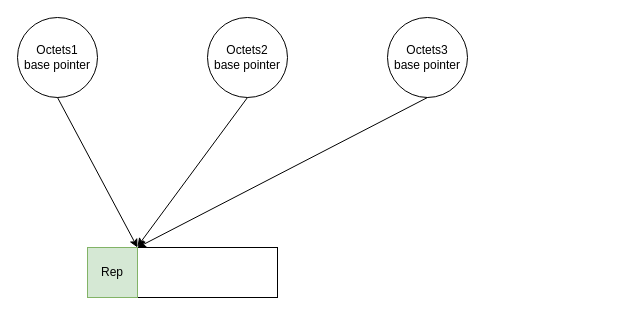
aflyingfishlg/GameServer keeps this draw.io diagram as octets.drawio. Above is the earlier version. Source tidied: cells renumbered, new cells numbered last; positions are measured from the earlier drawing's top-left corner, leaving out a move shared by most shapes. Both pictures are drawn from the tidied source at 100%, with x=0, y=0 at pixel (17, 17).
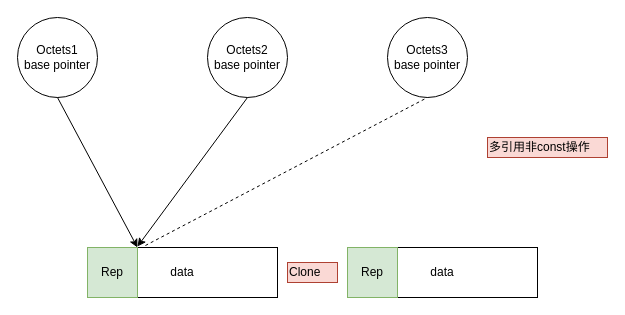
The same diagram, later.

The edit, as a diff of the source:
```diff
@@
 <mxGraphModel>
   <root>
     <mxCell id="0" />
     <mxCell id="1" parent="0" />
-    <mxCell id="2" style="rounded=0;whiteSpace=wrap;html=1;direction=south;" parent="1" vertex="1">
+    <mxCell id="2" value="data" style="rounded=0;whiteSpace=wrap;html=1;direction=south;" parent="1" vertex="1">
       <mxGeometry x="70" y="230" width="190" height="50" as="geometry" />
     </mxCell>
     <mxCell id="3" value="Rep" style="rounded=0;whiteSpace=wrap;html=1;fillColor=#d5e8d4;strokeColor=#82b366;" parent="1" vertex="1">
       <mxGeometry x="70" y="230" width="50" height="50" as="geometry" />
     </mxCell>
     <mxCell id="4" value="Octets1&lt;br&gt;base pointer&lt;br&gt;" style="ellipse;whiteSpace=wrap;html=1;" parent="1" vertex="1">
       <mxGeometry width="80" height="80" as="geometry" />
     </mxCell>
     <mxCell id="5" style="endArrow=classic;html=1;exitX=0.5;exitY=1;exitDx=0;exitDy=0;" parent="1" edge="1" source="4">
       <mxGeometry relative="1" as="geometry">
         <mxPoint x="120" y="230" as="targetPoint" />
       </mxGeometry>
     </mxCell>
     <mxCell id="6" value="Octets2&lt;br&gt;base pointer&lt;br&gt;" style="ellipse;whiteSpace=wrap;html=1;" parent="1" vertex="1">
       <mxGeometry x="190" width="80" height="80" as="geometry" />
     </mxCell>
     <mxCell id="7" value="&lt;span&gt;Octets3&lt;/span&gt;&lt;br&gt;&lt;span&gt;base pointer&lt;/span&gt;" style="ellipse;whiteSpace=wrap;html=1;" parent="1" vertex="1">
       <mxGeometry x="370" width="80" height="80" as="geometry" />
     </mxCell>
     <mxCell id="8" style="endArrow=classic;html=1;exitX=0.5;exitY=1;exitDx=0;exitDy=0;" parent="1" edge="1" source="6">
       <mxGeometry relative="1" as="geometry">
         <mxPoint x="120" y="229" as="targetPoint" />
       </mxGeometry>
     </mxCell>
-    <mxCell id="9" style="endArrow=classic;html=1;exitX=0.5;exitY=1;exitDx=0;exitDy=0;" parent="1" edge="1" source="7">
-      <mxGeometry relative="1" as="geometry">
-        <mxPoint x="120" y="230" as="targetPoint" />
-      </mxGeometry>
-    </mxCell>
+    <mxCell id="10" value="data" style="rounded=0;whiteSpace=wrap;html=1;direction=south;" parent="1" vertex="1">
+      <mxGeometry x="330" y="230" width="190" height="50" as="geometry" />
+    </mxCell>
+    <mxCell id="11" value="Rep" style="rounded=0;whiteSpace=wrap;html=1;fillColor=#d5e8d4;strokeColor=#82b366;" parent="1" vertex="1">
+      <mxGeometry x="330" y="230" width="50" height="50" as="geometry" />
+    </mxCell>
+    <mxCell id="12" value="Clone" style="text;html=1;align=left;verticalAlign=top;spacingTop=-4;fillColor=#fad9d5;strokeColor=#ae4132;" parent="1" vertex="1">
+      <mxGeometry x="270" y="245" width="50" height="20" as="geometry" />
+    </mxCell>
+    <mxCell id="13" value="多引用非const操作" style="text;html=1;align=left;verticalAlign=top;spacingTop=-4;fillColor=#fad9d5;strokeColor=#ae4132;" parent="1" vertex="1">
+      <mxGeometry x="470" y="120" width="120" height="20" as="geometry" />
+    </mxCell>
+    <mxCell id="14" style="endArrow=none;dashed=1;html=1;entryX=0.5;entryY=1;entryDx=0;entryDy=0;exitX=-0.04;exitY=0.695;exitDx=0;exitDy=0;exitPerimeter=0;" parent="1" edge="1" source="2" target="7">
+      <mxGeometry relative="1" as="geometry" />
+    </mxCell>
   </root>
 </mxGraphModel>
```
